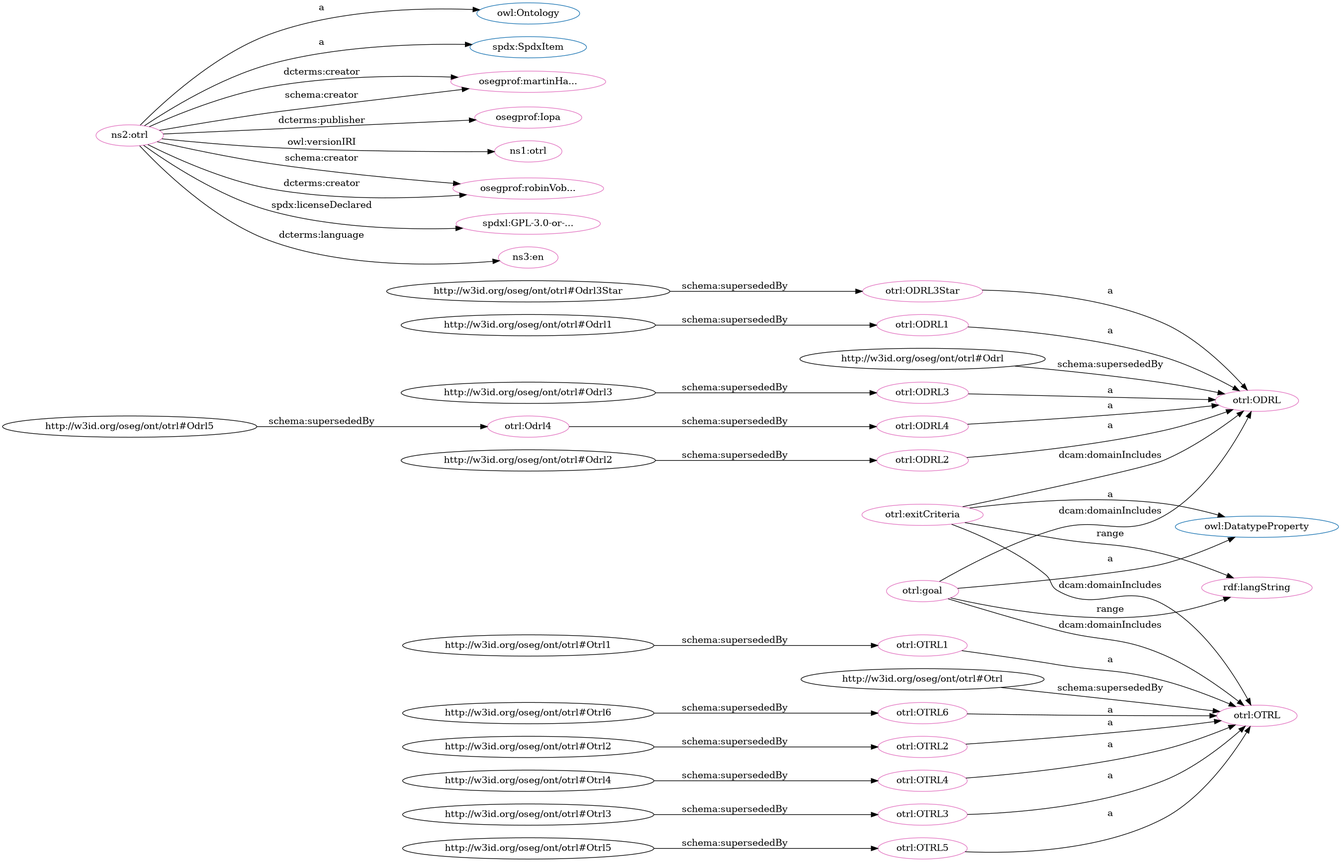
Earlier version of the Graphviz export src/spec/dot_otrl.png (iop-alliance/OpenKnowHow). Its source is kept beside it as src/spec/dot_otrl.dot.
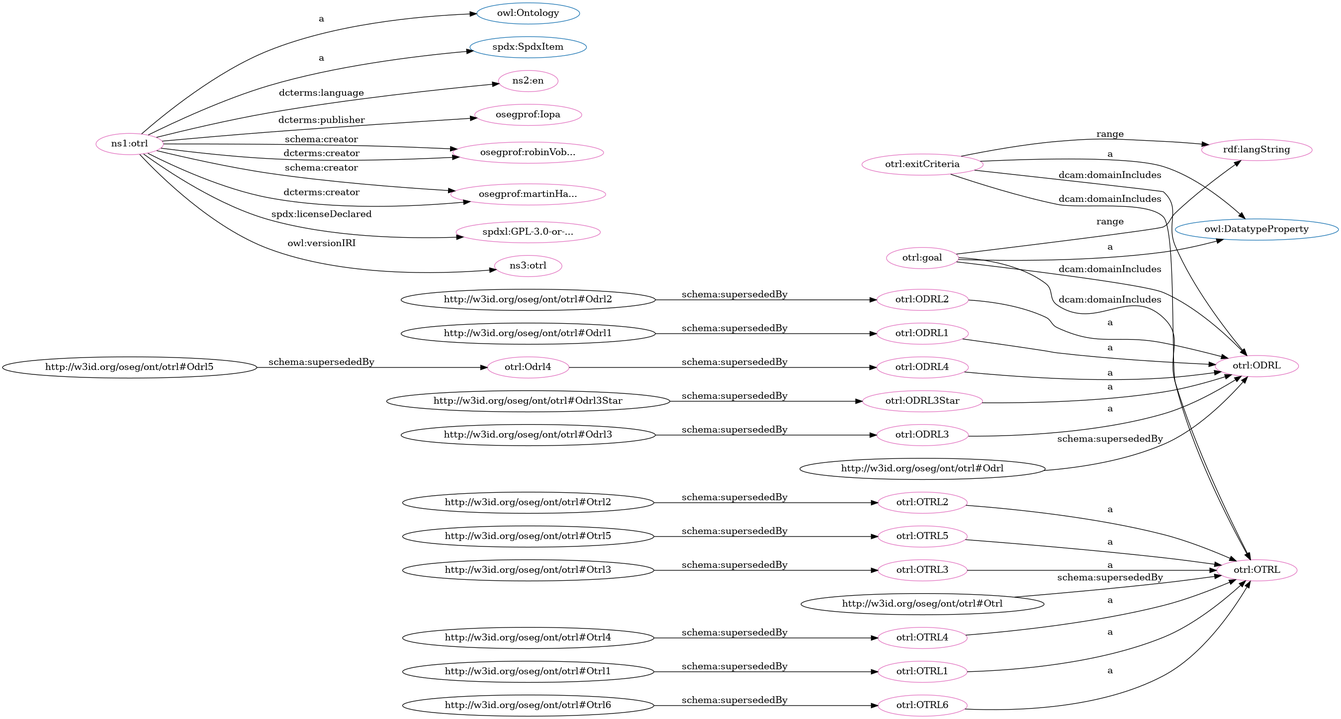
The same file after the commit.

Change to the diagram source:
```diff
@@ -2,75 +2,75 @@
   rankdir=BT
   node[height=.3]
 "http://www.w3.org/2002/07/owl#DatatypeProperty" [fillcolor="#1f77b4" color="#1f77b4" label="owl:DatatypeProperty"]
+"http://w3id.org/oseg/ont/otrl#ODRL" [fillcolor="#1f77b4" color="#1f77b4" label="otrl:ODRL"]
+"http://w3id.org/oseg/ont/otrl#OTRL" [fillcolor="#1f77b4" color="#1f77b4" label="otrl:OTRL"]
 "http://www.w3.org/2002/07/owl#Ontology" [fillcolor="#1f77b4" color="#1f77b4" label="owl:Ontology"]
-"http://w3id.org/oseg/ont/otrl#ODRL" [fillcolor="#1f77b4" color="#1f77b4" label="otrl:ODRL"]
 "http://spdx.org/rdf/terms#SpdxItem" [fillcolor="#1f77b4" color="#1f77b4" label="spdx:SpdxItem"]
-"http://w3id.org/oseg/ont/otrl#OTRL" [fillcolor="#1f77b4" color="#1f77b4" label="otrl:OTRL"]
+"http://w3id.org/oseg/ont/otrl#ODRL2" [fillcolor="#e377c2" color="#e377c2" label="otrl:ODRL2"]
+"http://w3id.org/oseg/ont/otrl" [fillcolor="#e377c2" color="#e377c2" label="ns1:otrl"]
+"http://id.loc.gov/vocabulary/iso639-1/en" [fillcolor="#e377c2" color="#e377c2" label="ns2:en"]
+"http://w3id.org/oseg/ont/otrl#ODRL" [fillcolor="#e377c2" color="#e377c2" label="otrl:ODRL"]
+"http://w3id.org/oseg/ont/otrl#OTRL4" [fillcolor="#e377c2" color="#e377c2" label="otrl:OTRL4"]
+"http://w3id.org/oseg/ont/otrl#ODRL3Star" [fillcolor="#e377c2" color="#e377c2" label="otrl:ODRL3Star"]
+"http://w3id.org/oseg/ont/otrl#OTRL1" [fillcolor="#e377c2" color="#e377c2" label="otrl:OTRL1"]
+"http://w3id.org/oseg/ont/otrl#OTRL6" [fillcolor="#e377c2" color="#e377c2" label="otrl:OTRL6"]
+"http://w3id.org/oseg/ont/otrl#goal" [fillcolor="#e377c2" color="#e377c2" label="otrl:goal"]
+"http://w3id.org/oseg/ont/otrl#Odrl4" [fillcolor="#e377c2" color="#e377c2" label="otrl:Odrl4"]
+"http://w3id.org/oseg/ont/oseg-profiles#Iopa" [fillcolor="#e377c2" color="#e377c2" label="osegprof:Iopa"]
+"http://w3id.org/oseg/ont/otrl#OTRL2" [fillcolor="#e377c2" color="#e377c2" label="otrl:OTRL2"]
+"http://w3id.org/oseg/ont/otrl#exitCriteria" [fillcolor="#e377c2" color="#e377c2" label="otrl:exitCriteria"]
+"http://w3id.org/oseg/ont/otrl#ODRL1" [fillcolor="#e377c2" color="#e377c2" label="otrl:ODRL1"]
+"http://www.w3.org/1999/02/22-rdf-syntax-ns#langString" [fillcolor="#e377c2" color="#e377c2" label="rdf:langString"]
+"http://w3id.org/oseg/ont/otrl#OTRL5" [fillcolor="#e377c2" color="#e377c2" label="otrl:OTRL5"]
+"http://w3id.org/oseg/ont/oseg-profiles#robinVobruba" [fillcolor="#e377c2" color="#e377c2" label="osegprof:robinVob..."]
+"http://w3id.org/oseg/ont/oseg-profiles#martinHaeuer" [fillcolor="#e377c2" color="#e377c2" label="osegprof:martinHa..."]
+"http://w3id.org/oseg/ont/otrl#ODRL4" [fillcolor="#e377c2" color="#e377c2" label="otrl:ODRL4"]
+"http://spdx.org/licenses/GPL-3.0-or-later" [fillcolor="#e377c2" color="#e377c2" label="spdxl:GPL-3.0-or-..."]
+"http://w3id.org/oseg/ont/otrl#OTRL3" [fillcolor="#e377c2" color="#e377c2" label="otrl:OTRL3"]
+"http://w3id.org/oseg/ont/1.1.0/otrl" [fillcolor="#e377c2" color="#e377c2" label="ns3:otrl"]
 "http://w3id.org/oseg/ont/otrl#OTRL" [fillcolor="#e377c2" color="#e377c2" label="otrl:OTRL"]
-"http://w3id.org/oseg/ont/oseg-profiles#martinHaeuer" [fillcolor="#e377c2" color="#e377c2" label="osegprof:martinHa..."]
-"http://w3id.org/oseg/ont/otrl#ODRL" [fillcolor="#e377c2" color="#e377c2" label="otrl:ODRL"]
-"http://w3id.org/oseg/ont/oseg-profiles#Iopa" [fillcolor="#e377c2" color="#e377c2" label="osegprof:Iopa"]
-"http://w3id.org/oseg/ont/otrl#OTRL6" [fillcolor="#e377c2" color="#e377c2" label="otrl:OTRL6"]
-"http://w3id.org/oseg/ont/otrl#OTRL2" [fillcolor="#e377c2" color="#e377c2" label="otrl:OTRL2"]
 "http://w3id.org/oseg/ont/otrl#ODRL3" [fillcolor="#e377c2" color="#e377c2" label="otrl:ODRL3"]
-"http://w3id.org/oseg/ont/otrl#ODRL4" [fillcolor="#e377c2" color="#e377c2" label="otrl:ODRL4"]
-"http://w3id.org/oseg/ont/1.1.0/otrl" [fillcolor="#e377c2" color="#e377c2" label="ns1:otrl"]
-"http://w3id.org/oseg/ont/otrl#goal" [fillcolor="#e377c2" color="#e377c2" label="otrl:goal"]
-"http://www.w3.org/1999/02/22-rdf-syntax-ns#langString" [fillcolor="#e377c2" color="#e377c2" label="rdf:langString"]
-"http://w3id.org/oseg/ont/otrl#ODRL2" [fillcolor="#e377c2" color="#e377c2" label="otrl:ODRL2"]
-"http://w3id.org/oseg/ont/otrl#ODRL3Star" [fillcolor="#e377c2" color="#e377c2" label="otrl:ODRL3Star"]
-"http://w3id.org/oseg/ont/otrl#ODRL1" [fillcolor="#e377c2" color="#e377c2" label="otrl:ODRL1"]
-"http://w3id.org/oseg/ont/otrl" [fillcolor="#e377c2" color="#e377c2" label="ns2:otrl"]
-"http://w3id.org/oseg/ont/otrl#OTRL4" [fillcolor="#e377c2" color="#e377c2" label="otrl:OTRL4"]
-"http://w3id.org/oseg/ont/otrl#OTRL3" [fillcolor="#e377c2" color="#e377c2" label="otrl:OTRL3"]
-"http://w3id.org/oseg/ont/otrl#OTRL5" [fillcolor="#e377c2" color="#e377c2" label="otrl:OTRL5"]
-"http://w3id.org/oseg/ont/otrl#exitCriteria" [fillcolor="#e377c2" color="#e377c2" label="otrl:exitCriteria"]
-"http://w3id.org/oseg/ont/oseg-profiles#robinVobruba" [fillcolor="#e377c2" color="#e377c2" label="osegprof:robinVob..."]
-"http://spdx.org/licenses/GPL-3.0-or-later" [fillcolor="#e377c2" color="#e377c2" label="spdxl:GPL-3.0-or-..."]
-"http://w3id.org/oseg/ont/otrl#OTRL1" [fillcolor="#e377c2" color="#e377c2" label="otrl:OTRL1"]
-"http://id.loc.gov/vocabulary/iso639-1/en" [fillcolor="#e377c2" color="#e377c2" label="ns3:en"]
-"http://w3id.org/oseg/ont/otrl#Odrl4" [fillcolor="#e377c2" color="#e377c2" label="otrl:Odrl4"]
-  "http://w3id.org/oseg/ont/otrl#Otrl" -> "http://w3id.org/oseg/ont/otrl#OTRL" [label="schema:supersededBy"]
+  "http://w3id.org/oseg/ont/otrl#ODRL2" -> "http://w3id.org/oseg/ont/otrl#ODRL" [label="a"]
+  "http://w3id.org/oseg/ont/otrl" -> "http://www.w3.org/2002/07/owl#Ontology" [label="a"]
+  "http://w3id.org/oseg/ont/otrl" -> "http://id.loc.gov/vocabulary/iso639-1/en" [label="dcterms:language"]
+  "http://w3id.org/oseg/ont/otrl#exitCriteria" -> "http://w3id.org/oseg/ont/otrl#ODRL" [label="dcam:domainIncludes"]
+  "http://w3id.org/oseg/ont/otrl#OTRL4" -> "http://w3id.org/oseg/ont/otrl#OTRL" [label="a"]
+  "http://w3id.org/oseg/ont/otrl#Odrl3Star" -> "http://w3id.org/oseg/ont/otrl#ODRL3Star" [label="schema:supersededBy"]
+  "http://w3id.org/oseg/ont/otrl#Otrl1" -> "http://w3id.org/oseg/ont/otrl#OTRL1" [label="schema:supersededBy"]
+  "http://w3id.org/oseg/ont/otrl#Otrl6" -> "http://w3id.org/oseg/ont/otrl#OTRL6" [label="schema:supersededBy"]
+  "http://w3id.org/oseg/ont/otrl#goal" -> "http://www.w3.org/2002/07/owl#DatatypeProperty" [label="a"]
+  "http://w3id.org/oseg/ont/otrl#Odrl5" -> "http://w3id.org/oseg/ont/otrl#Odrl4" [label="schema:supersededBy"]
+  "http://w3id.org/oseg/ont/otrl#Odrl" -> "http://w3id.org/oseg/ont/otrl#ODRL" [label="schema:supersededBy"]
+  "http://w3id.org/oseg/ont/otrl#goal" -> "http://w3id.org/oseg/ont/otrl#ODRL" [label="dcam:domainIncludes"]
+  "http://w3id.org/oseg/ont/otrl" -> "http://w3id.org/oseg/ont/oseg-profiles#Iopa" [label="dcterms:publisher"]
+  "http://w3id.org/oseg/ont/otrl#OTRL2" -> "http://w3id.org/oseg/ont/otrl#OTRL" [label="a"]
+  "http://w3id.org/oseg/ont/otrl#Odrl1" -> "http://w3id.org/oseg/ont/otrl#ODRL1" [label="schema:supersededBy"]
+  "http://w3id.org/oseg/ont/otrl#exitCriteria" -> "http://www.w3.org/2002/07/owl#DatatypeProperty" [label="a"]
+  "http://w3id.org/oseg/ont/otrl#exitCriteria" -> "http://www.w3.org/1999/02/22-rdf-syntax-ns#langString" [label="range"]
+  "http://w3id.org/oseg/ont/otrl#OTRL5" -> "http://w3id.org/oseg/ont/otrl#OTRL" [label="a"]
+  "http://w3id.org/oseg/ont/otrl#Odrl2" -> "http://w3id.org/oseg/ont/otrl#ODRL2" [label="schema:supersededBy"]
+  "http://w3id.org/oseg/ont/otrl" -> "http://w3id.org/oseg/ont/oseg-profiles#robinVobruba" [label="schema:creator"]
+  "http://w3id.org/oseg/ont/otrl#ODRL1" -> "http://w3id.org/oseg/ont/otrl#ODRL" [label="a"]
+  "http://w3id.org/oseg/ont/otrl" -> "http://w3id.org/oseg/ont/oseg-profiles#martinHaeuer" [label="schema:creator"]
+  "http://w3id.org/oseg/ont/otrl#goal" -> "http://www.w3.org/1999/02/22-rdf-syntax-ns#langString" [label="range"]
+  "http://w3id.org/oseg/ont/otrl#ODRL4" -> "http://w3id.org/oseg/ont/otrl#ODRL" [label="a"]
+  "http://w3id.org/oseg/ont/otrl#Otrl5" -> "http://w3id.org/oseg/ont/otrl#OTRL5" [label="schema:supersededBy"]
+  "http://w3id.org/oseg/ont/otrl" -> "http://spdx.org/licenses/GPL-3.0-or-later" [label="spdx:licenseDeclared"]
+  "http://w3id.org/oseg/ont/otrl#OTRL6" -> "http://w3id.org/oseg/ont/otrl#OTRL" [label="a"]
+  "http://w3id.org/oseg/ont/otrl" -> "http://w3id.org/oseg/ont/oseg-profiles#robinVobruba" [label="dcterms:creator"]
+  "http://w3id.org/oseg/ont/otrl#OTRL3" -> "http://w3id.org/oseg/ont/otrl#OTRL" [label="a"]
+  "http://w3id.org/oseg/ont/otrl" -> "http://w3id.org/oseg/ont/1.1.0/otrl" [label="owl:versionIRI"]
+  "http://w3id.org/oseg/ont/otrl#exitCriteria" -> "http://w3id.org/oseg/ont/otrl#OTRL" [label="dcam:domainIncludes"]
   "http://w3id.org/oseg/ont/otrl" -> "http://w3id.org/oseg/ont/oseg-profiles#martinHaeuer" [label="dcterms:creator"]
-  "http://w3id.org/oseg/ont/otrl#exitCriteria" -> "http://w3id.org/oseg/ont/otrl#ODRL" [label="dcam:domainIncludes"]
-  "http://w3id.org/oseg/ont/otrl#Odrl" -> "http://w3id.org/oseg/ont/otrl#ODRL" [label="schema:supersededBy"]
-  "http://w3id.org/oseg/ont/otrl" -> "http://w3id.org/oseg/ont/oseg-profiles#Iopa" [label="dcterms:publisher"]
-  "http://w3id.org/oseg/ont/otrl#OTRL6" -> "http://w3id.org/oseg/ont/otrl#OTRL" [label="a"]
-  "http://w3id.org/oseg/ont/otrl#OTRL2" -> "http://w3id.org/oseg/ont/otrl#OTRL" [label="a"]
-  "http://w3id.org/oseg/ont/otrl#ODRL3" -> "http://w3id.org/oseg/ont/otrl#ODRL" [label="a"]
-  "http://w3id.org/oseg/ont/otrl#goal" -> "http://w3id.org/oseg/ont/otrl#OTRL" [label="dcam:domainIncludes"]
-  "http://w3id.org/oseg/ont/otrl#ODRL4" -> "http://w3id.org/oseg/ont/otrl#ODRL" [label="a"]
-  "http://w3id.org/oseg/ont/otrl#goal" -> "http://w3id.org/oseg/ont/otrl#ODRL" [label="dcam:domainIncludes"]
-  "http://w3id.org/oseg/ont/otrl" -> "http://w3id.org/oseg/ont/1.1.0/otrl" [label="owl:versionIRI"]
-  "http://w3id.org/oseg/ont/otrl#goal" -> "http://www.w3.org/2002/07/owl#DatatypeProperty" [label="a"]
-  "http://w3id.org/oseg/ont/otrl#goal" -> "http://www.w3.org/1999/02/22-rdf-syntax-ns#langString" [label="range"]
-  "http://w3id.org/oseg/ont/otrl#ODRL2" -> "http://w3id.org/oseg/ont/otrl#ODRL" [label="a"]
-  "http://w3id.org/oseg/ont/otrl#Odrl3Star" -> "http://w3id.org/oseg/ont/otrl#ODRL3Star" [label="schema:supersededBy"]
-  "http://w3id.org/oseg/ont/otrl#exitCriteria" -> "http://www.w3.org/1999/02/22-rdf-syntax-ns#langString" [label="range"]
-  "http://w3id.org/oseg/ont/otrl#Odrl1" -> "http://w3id.org/oseg/ont/otrl#ODRL1" [label="schema:supersededBy"]
-  "http://w3id.org/oseg/ont/otrl#Odrl4" -> "http://w3id.org/oseg/ont/otrl#ODRL4" [label="schema:supersededBy"]
-  "http://w3id.org/oseg/ont/otrl#Odrl3" -> "http://w3id.org/oseg/ont/otrl#ODRL3" [label="schema:supersededBy"]
-  "http://w3id.org/oseg/ont/otrl" -> "http://www.w3.org/2002/07/owl#Ontology" [label="a"]
-  "http://w3id.org/oseg/ont/otrl#OTRL4" -> "http://w3id.org/oseg/ont/otrl#OTRL" [label="a"]
-  "http://w3id.org/oseg/ont/otrl#Otrl6" -> "http://w3id.org/oseg/ont/otrl#OTRL6" [label="schema:supersededBy"]
-  "http://w3id.org/oseg/ont/otrl#OTRL3" -> "http://w3id.org/oseg/ont/otrl#OTRL" [label="a"]
-  "http://w3id.org/oseg/ont/otrl#Otrl5" -> "http://w3id.org/oseg/ont/otrl#OTRL5" [label="schema:supersededBy"]
-  "http://w3id.org/oseg/ont/otrl#exitCriteria" -> "http://www.w3.org/2002/07/owl#DatatypeProperty" [label="a"]
-  "http://w3id.org/oseg/ont/otrl" -> "http://w3id.org/oseg/ont/oseg-profiles#robinVobruba" [label="schema:creator"]
+  "http://w3id.org/oseg/ont/otrl#OTRL1" -> "http://w3id.org/oseg/ont/otrl#OTRL" [label="a"]
+  "http://w3id.org/oseg/ont/otrl" -> "http://spdx.org/rdf/terms#SpdxItem" [label="a"]
   "http://w3id.org/oseg/ont/otrl#Otrl4" -> "http://w3id.org/oseg/ont/otrl#OTRL4" [label="schema:supersededBy"]
   "http://w3id.org/oseg/ont/otrl#ODRL3Star" -> "http://w3id.org/oseg/ont/otrl#ODRL" [label="a"]
-  "http://w3id.org/oseg/ont/otrl" -> "http://spdx.org/licenses/GPL-3.0-or-later" [label="spdx:licenseDeclared"]
-  "http://w3id.org/oseg/ont/otrl#OTRL1" -> "http://w3id.org/oseg/ont/otrl#OTRL" [label="a"]
-  "http://w3id.org/oseg/ont/otrl#OTRL5" -> "http://w3id.org/oseg/ont/otrl#OTRL" [label="a"]
-  "http://w3id.org/oseg/ont/otrl#Odrl2" -> "http://w3id.org/oseg/ont/otrl#ODRL2" [label="schema:supersededBy"]
-  "http://w3id.org/oseg/ont/otrl" -> "http://id.loc.gov/vocabulary/iso639-1/en" [label="dcterms:language"]
-  "http://w3id.org/oseg/ont/otrl" -> "http://w3id.org/oseg/ont/oseg-profiles#robinVobruba" [label="dcterms:creator"]
-  "http://w3id.org/oseg/ont/otrl#Odrl5" -> "http://w3id.org/oseg/ont/otrl#Odrl4" [label="schema:supersededBy"]
-  "http://w3id.org/oseg/ont/otrl" -> "http://spdx.org/rdf/terms#SpdxItem" [label="a"]
-  "http://w3id.org/oseg/ont/otrl#Otrl1" -> "http://w3id.org/oseg/ont/otrl#OTRL1" [label="schema:supersededBy"]
-  "http://w3id.org/oseg/ont/otrl" -> "http://w3id.org/oseg/ont/oseg-profiles#martinHaeuer" [label="schema:creator"]
+  "http://w3id.org/oseg/ont/otrl#Otrl3" -> "http://w3id.org/oseg/ont/otrl#OTRL3" [label="schema:supersededBy"]
+  "http://w3id.org/oseg/ont/otrl#goal" -> "http://w3id.org/oseg/ont/otrl#OTRL" [label="dcam:domainIncludes"]
+  "http://w3id.org/oseg/ont/otrl#Otrl" -> "http://w3id.org/oseg/ont/otrl#OTRL" [label="schema:supersededBy"]
+  "http://w3id.org/oseg/ont/otrl#Odrl3" -> "http://w3id.org/oseg/ont/otrl#ODRL3" [label="schema:supersededBy"]
   "http://w3id.org/oseg/ont/otrl#Otrl2" -> "http://w3id.org/oseg/ont/otrl#OTRL2" [label="schema:supersededBy"]
-  "http://w3id.org/oseg/ont/otrl#Otrl3" -> "http://w3id.org/oseg/ont/otrl#OTRL3" [label="schema:supersededBy"]
-  "http://w3id.org/oseg/ont/otrl#ODRL1" -> "http://w3id.org/oseg/ont/otrl#ODRL" [label="a"]
-  "http://w3id.org/oseg/ont/otrl#exitCriteria" -> "http://w3id.org/oseg/ont/otrl#OTRL" [label="dcam:domainIncludes"]
+  "http://w3id.org/oseg/ont/otrl#Odrl4" -> "http://w3id.org/oseg/ont/otrl#ODRL4" [label="schema:supersededBy"]
+  "http://w3id.org/oseg/ont/otrl#ODRL3" -> "http://w3id.org/oseg/ont/otrl#ODRL" [label="a"]
 }
```
